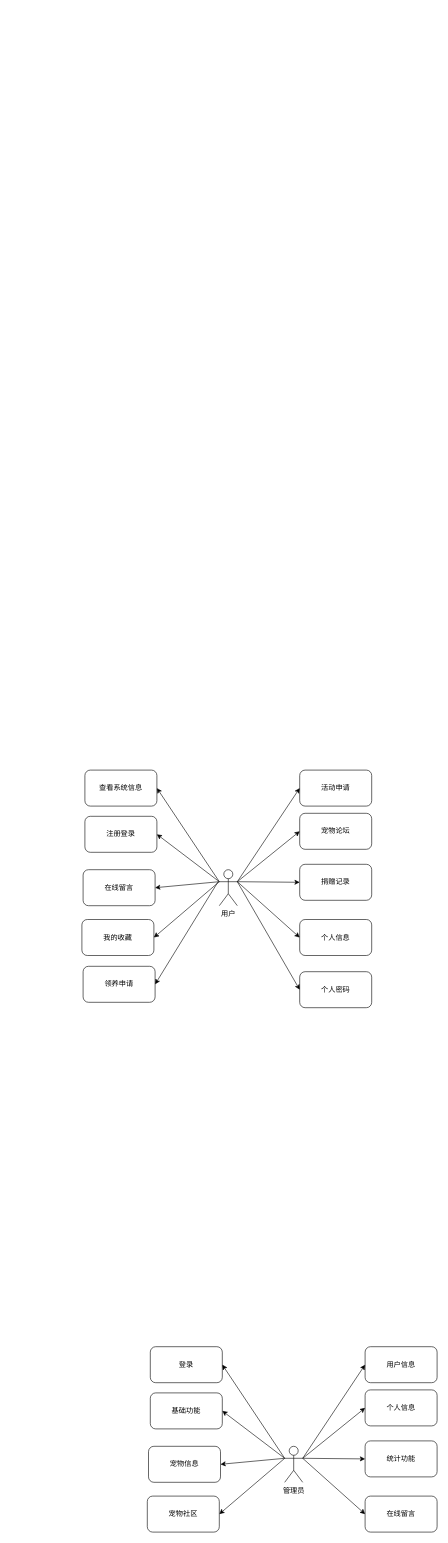
The draw.io diagram 未命名绘图.drawio in akpacaw/alpaca, before the edit. Source tidied: cells renumbered, new cells numbered last; positions are measured from the earlier drawing's top-left corner, leaving out a move shared by most shapes. Both pictures are drawn from the tidied source at 60%, with x=0, y=0 at pixel (82, 770).
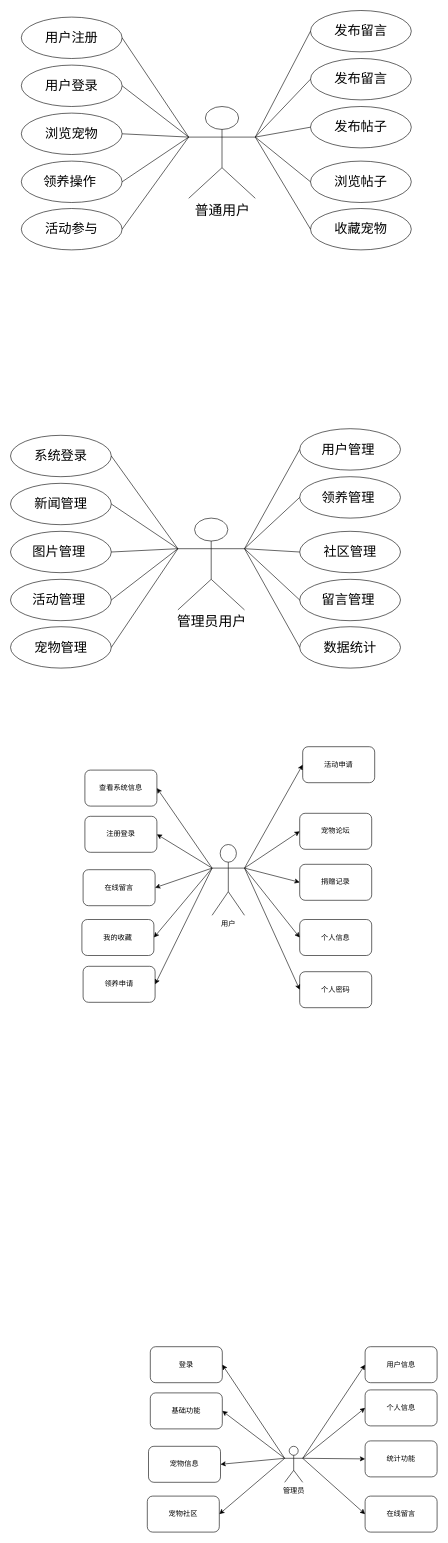
After the change.

The change refers to these unchanged cells:
```xml
<mxCell id="7" value="领养申请" style="rounded=1;whiteSpace=wrap;html=1;" parent="1" vertex="1">
  <mxGeometry x="2" y="327" width="120" height="60" as="geometry" />
</mxCell>
```

The edit, as a diff of the source:
```diff
@@
-    <mxCell id="2" value="用户" style="shape=umlActor;verticalLabelPosition=bottom;verticalAlign=top;html=1;outlineConnect=0;" parent="1" vertex="1">
-      <mxGeometry x="229" y="166" width="30" height="60" as="geometry" />
-    </mxCell>
@@
+    <mxCell id="8" value="活动申请" style="rounded=1;whiteSpace=wrap;html=1;direction=east;" parent="1" vertex="1">
+      <mxGeometry x="368" y="-39" width="120" height="60" as="geometry" />
+    </mxCell>
@@
-    <mxCell id="8" value="活动申请" style="rounded=1;whiteSpace=wrap;html=1;" parent="1" vertex="1">
-      <mxGeometry x="363" width="120" height="60" as="geometry" />
-    </mxCell>
@@
-    <mxCell id="17" style="endArrow=classic;html=1;rounded=0;entryX=1;entryY=0.5;entryDx=0;entryDy=0;" parent="1" edge="1" target="7">
-      <mxGeometry relative="1" as="geometry">
-        <mxPoint x="227" y="186" as="sourcePoint" />
-      </mxGeometry>
+    <mxCell id="17" style="endArrow=classic;html=1;rounded=0;entryX=1;entryY=0.5;entryDx=0;entryDy=0;exitX=0;exitY=0.3333333333333333;exitDx=0;exitDy=0;exitPerimeter=0;" parent="1" edge="1" source="2" target="7">
+      <mxGeometry relative="1" as="geometry" />
     </mxCell>
@@
+    <mxCell id="2" value="用户" style="shape=umlActor;verticalLabelPosition=bottom;verticalAlign=top;html=1;outlineConnect=0;" parent="1" vertex="1">
+      <mxGeometry x="217" y="124" width="54" height="118" as="geometry" />
+    </mxCell>
+    <mxCell id="40" value="&lt;font style=&quot;font-size: 22px;&quot;&gt;用户管理&amp;nbsp;&lt;/font&gt;" style="ellipse;whiteSpace=wrap;html=1;" parent="1" vertex="1">
+      <mxGeometry x="363" y="-569" width="168" height="69" as="geometry" />
+    </mxCell>
+    <mxCell id="41" value="&lt;font style=&quot;font-size: 23px;&quot;&gt;管理员用户&lt;/font&gt;" style="shape=umlActor;verticalLabelPosition=bottom;verticalAlign=top;html=1;outlineConnect=0;" parent="1" vertex="1">
+      <mxGeometry x="160" y="-420" width="111" height="153" as="geometry" />
+    </mxCell>
+    <mxCell id="42" style="endArrow=none;html=1;rounded=0;entryX=0;entryY=0.5;entryDx=0;entryDy=0;exitX=1;exitY=0.3333333333333333;exitDx=0;exitDy=0;exitPerimeter=0;" parent="1" edge="1" source="41" target="40">
+      <mxGeometry relative="1" as="geometry" />
+    </mxCell>
+    <mxCell id="43" value="&lt;font style=&quot;font-size: 22px;&quot;&gt;新闻管理&lt;/font&gt;" style="ellipse;whiteSpace=wrap;html=1;" parent="1" vertex="1">
+      <mxGeometry x="-119" y="-478" width="168" height="69" as="geometry" />
+    </mxCell>
+    <mxCell id="44" value="&lt;font style=&quot;font-size: 22px;&quot;&gt;图片管理&amp;nbsp;&lt;/font&gt;" style="ellipse;whiteSpace=wrap;html=1;" parent="1" vertex="1">
+      <mxGeometry x="-119" y="-398" width="168" height="69" as="geometry" />
+    </mxCell>
+    <mxCell id="45" value="&lt;font style=&quot;font-size: 22px;&quot;&gt;领养管理&amp;nbsp;&lt;/font&gt;" style="ellipse;whiteSpace=wrap;html=1;" parent="1" vertex="1">
+      <mxGeometry x="363" y="-489" width="168" height="69" as="geometry" />
+    </mxCell>
+    <mxCell id="46" value="&lt;font style=&quot;font-size: 22px;&quot;&gt;活动管理&amp;nbsp;&lt;/font&gt;" style="ellipse;whiteSpace=wrap;html=1;" parent="1" vertex="1">
+      <mxGeometry x="-119" y="-318" width="168" height="69" as="geometry" />
+    </mxCell>
+    <mxCell id="47" value="&lt;font style=&quot;font-size: 22px;&quot;&gt;宠物管理&lt;/font&gt;" style="ellipse;whiteSpace=wrap;html=1;" parent="1" vertex="1">
+      <mxGeometry x="-119" y="-239" width="168" height="69" as="geometry" />
+    </mxCell>
+    <mxCell id="48" value="&lt;font style=&quot;font-size: 22px;&quot;&gt;社区管理&lt;/font&gt;" style="ellipse;whiteSpace=wrap;html=1;" parent="1" vertex="1">
+      <mxGeometry x="363" y="-398" width="168" height="69" as="geometry" />
+    </mxCell>
+    <mxCell id="49" value="&lt;font style=&quot;font-size: 22px;&quot;&gt;留言管理&amp;nbsp;&lt;/font&gt;" style="ellipse;whiteSpace=wrap;html=1;" parent="1" vertex="1">
+      <mxGeometry x="363" y="-318" width="168" height="69" as="geometry" />
+    </mxCell>
+    <mxCell id="50" style="endArrow=none;html=1;rounded=0;entryX=0;entryY=0.5;entryDx=0;entryDy=0;exitX=1;exitY=0.3333333333333333;exitDx=0;exitDy=0;exitPerimeter=0;" parent="1" edge="1" source="41" target="45">
+      <mxGeometry relative="1" as="geometry" />
+    </mxCell>
+    <mxCell id="51" value="&lt;font style=&quot;font-size: 22px;&quot;&gt;数据统计&lt;/font&gt;" style="ellipse;whiteSpace=wrap;html=1;" parent="1" vertex="1">
+      <mxGeometry x="363" y="-239" width="168" height="69" as="geometry" />
+    </mxCell>
+    <mxCell id="52" value="&lt;font style=&quot;font-size: 22px;&quot;&gt;系统登录&lt;/font&gt;" style="ellipse;whiteSpace=wrap;html=1;" parent="1" vertex="1">
+      <mxGeometry x="-119" y="-558" width="168" height="69" as="geometry" />
+    </mxCell>
+    <mxCell id="53" style="endArrow=none;html=1;rounded=0;exitX=0;exitY=0.5;exitDx=0;exitDy=0;entryX=1;entryY=0.3333333333333333;entryDx=0;entryDy=0;entryPerimeter=0;" parent="1" edge="1" source="49" target="41">
+      <mxGeometry relative="1" as="geometry" />
+    </mxCell>
+    <mxCell id="54" style="endArrow=none;html=1;rounded=0;entryX=0;entryY=0.5;entryDx=0;entryDy=0;exitX=1;exitY=0.3333333333333333;exitDx=0;exitDy=0;exitPerimeter=0;" parent="1" edge="1" source="41" target="51">
+      <mxGeometry relative="1" as="geometry" />
+    </mxCell>
+    <mxCell id="55" style="endArrow=none;html=1;rounded=0;entryX=0;entryY=0.5;entryDx=0;entryDy=0;exitX=1;exitY=0.3333333333333333;exitDx=0;exitDy=0;exitPerimeter=0;" parent="1" edge="1" source="41" target="48">
+      <mxGeometry relative="1" as="geometry" />
+    </mxCell>
+    <mxCell id="56" style="endArrow=none;html=1;rounded=0;entryX=0;entryY=0.3333333333333333;entryDx=0;entryDy=0;entryPerimeter=0;exitX=1;exitY=0.5;exitDx=0;exitDy=0;" parent="1" edge="1" source="52" target="41">
+      <mxGeometry relative="1" as="geometry" />
+    </mxCell>
+    <mxCell id="57" style="endArrow=none;html=1;rounded=0;entryX=0;entryY=0.3333333333333333;entryDx=0;entryDy=0;entryPerimeter=0;exitX=1;exitY=0.5;exitDx=0;exitDy=0;" parent="1" edge="1" source="43" target="41">
+      <mxGeometry relative="1" as="geometry" />
+    </mxCell>
+    <mxCell id="58" style="endArrow=none;html=1;rounded=0;entryX=0;entryY=0.3333333333333333;entryDx=0;entryDy=0;entryPerimeter=0;exitX=1;exitY=0.5;exitDx=0;exitDy=0;" parent="1" edge="1" source="44" target="41">
+      <mxGeometry relative="1" as="geometry" />
+    </mxCell>
+    <mxCell id="59" style="endArrow=none;html=1;rounded=0;entryX=0;entryY=0.3333333333333333;entryDx=0;entryDy=0;entryPerimeter=0;exitX=1;exitY=0.5;exitDx=0;exitDy=0;" parent="1" edge="1" source="46" target="41">
+      <mxGeometry relative="1" as="geometry" />
+    </mxCell>
+    <mxCell id="60" style="endArrow=none;html=1;rounded=0;exitX=1;exitY=0.5;exitDx=0;exitDy=0;entryX=0;entryY=0.3333333333333333;entryDx=0;entryDy=0;entryPerimeter=0;" parent="1" edge="1" source="47" target="41">
+      <mxGeometry relative="1" as="geometry" />
+    </mxCell>
+    <mxCell id="61" value="&lt;font style=&quot;font-size: 22px;&quot;&gt;发布留言&lt;/font&gt;" style="ellipse;whiteSpace=wrap;html=1;" parent="1" vertex="1">
+      <mxGeometry x="381" y="-1266" width="168" height="69" as="geometry" />
+    </mxCell>
+    <mxCell id="62" value="&lt;font style=&quot;font-size: 23px;&quot;&gt;普通用户&lt;/font&gt;" style="shape=umlActor;verticalLabelPosition=bottom;verticalAlign=top;html=1;outlineConnect=0;" parent="1" vertex="1">
+      <mxGeometry x="178" y="-1106" width="111" height="153" as="geometry" />
+    </mxCell>
+    <mxCell id="63" style="endArrow=none;html=1;rounded=0;entryX=0;entryY=0.5;entryDx=0;entryDy=0;exitX=1;exitY=0.3333333333333333;exitDx=0;exitDy=0;exitPerimeter=0;" parent="1" edge="1" source="62" target="61">
+      <mxGeometry relative="1" as="geometry" />
+    </mxCell>
+    <mxCell id="64" value="&lt;font style=&quot;font-size: 22px;&quot;&gt;用户登录&lt;/font&gt;" style="ellipse;whiteSpace=wrap;html=1;" parent="1" vertex="1">
+      <mxGeometry x="-101" y="-1175" width="168" height="69" as="geometry" />
+    </mxCell>
+    <mxCell id="65" value="&lt;font style=&quot;font-size: 22px;&quot;&gt;浏览宠物&lt;/font&gt;" style="ellipse;whiteSpace=wrap;html=1;" parent="1" vertex="1">
+      <mxGeometry x="-101" y="-1095" width="168" height="69" as="geometry" />
+    </mxCell>
+    <mxCell id="66" value="&lt;font style=&quot;font-size: 22px;&quot;&gt;发布留言&lt;/font&gt;" style="ellipse;whiteSpace=wrap;html=1;" parent="1" vertex="1">
+      <mxGeometry x="381" y="-1186" width="168" height="69" as="geometry" />
+    </mxCell>
+    <mxCell id="67" value="&lt;font style=&quot;font-size: 22px;&quot;&gt;领养操作&amp;nbsp;&lt;/font&gt;" style="ellipse;whiteSpace=wrap;html=1;" parent="1" vertex="1">
+      <mxGeometry x="-101" y="-1015" width="168" height="69" as="geometry" />
+    </mxCell>
+    <mxCell id="68" value="&lt;font style=&quot;font-size: 22px;&quot;&gt;活动参与&lt;/font&gt;" style="ellipse;whiteSpace=wrap;html=1;" parent="1" vertex="1">
+      <mxGeometry x="-101" y="-936" width="168" height="69" as="geometry" />
+    </mxCell>
+    <mxCell id="69" value="&lt;font style=&quot;font-size: 22px;&quot;&gt;发布帖子&lt;/font&gt;" style="ellipse;whiteSpace=wrap;html=1;" parent="1" vertex="1">
+      <mxGeometry x="381" y="-1106" width="168" height="69" as="geometry" />
+    </mxCell>
+    <mxCell id="70" value="&lt;font style=&quot;font-size: 22px;&quot;&gt;浏览帖子&lt;/font&gt;" style="ellipse;whiteSpace=wrap;html=1;" parent="1" vertex="1">
+      <mxGeometry x="381" y="-1015" width="168" height="69" as="geometry" />
+    </mxCell>
+    <mxCell id="71" style="endArrow=none;html=1;rounded=0;entryX=0;entryY=0.5;entryDx=0;entryDy=0;exitX=1;exitY=0.3333333333333333;exitDx=0;exitDy=0;exitPerimeter=0;" parent="1" edge="1" source="62" target="66">
+      <mxGeometry relative="1" as="geometry" />
+    </mxCell>
+    <mxCell id="72" value="&lt;font style=&quot;font-size: 22px;&quot;&gt;收藏宠物&lt;/font&gt;" style="ellipse;whiteSpace=wrap;html=1;" parent="1" vertex="1">
+      <mxGeometry x="381" y="-936" width="168" height="69" as="geometry" />
+    </mxCell>
+    <mxCell id="73" value="&lt;font style=&quot;font-size: 22px;&quot;&gt;用户注册&lt;/font&gt;" style="ellipse;whiteSpace=wrap;html=1;" parent="1" vertex="1">
+      <mxGeometry x="-101" y="-1255" width="168" height="69" as="geometry" />
+    </mxCell>
+    <mxCell id="74" style="endArrow=none;html=1;rounded=0;exitX=0;exitY=0.5;exitDx=0;exitDy=0;entryX=1;entryY=0.3333333333333333;entryDx=0;entryDy=0;entryPerimeter=0;" parent="1" edge="1" source="70" target="62">
+      <mxGeometry relative="1" as="geometry" />
+    </mxCell>
+    <mxCell id="75" style="endArrow=none;html=1;rounded=0;entryX=0;entryY=0.5;entryDx=0;entryDy=0;exitX=1;exitY=0.3333333333333333;exitDx=0;exitDy=0;exitPerimeter=0;" parent="1" edge="1" source="62" target="72">
+      <mxGeometry relative="1" as="geometry" />
+    </mxCell>
+    <mxCell id="76" style="endArrow=none;html=1;rounded=0;entryX=0;entryY=0.5;entryDx=0;entryDy=0;exitX=1;exitY=0.3333333333333333;exitDx=0;exitDy=0;exitPerimeter=0;" parent="1" edge="1" source="62" target="69">
+      <mxGeometry relative="1" as="geometry" />
+    </mxCell>
+    <mxCell id="77" style="endArrow=none;html=1;rounded=0;entryX=0;entryY=0.3333333333333333;entryDx=0;entryDy=0;entryPerimeter=0;exitX=1;exitY=0.5;exitDx=0;exitDy=0;" parent="1" edge="1" source="73" target="62">
+      <mxGeometry relative="1" as="geometry" />
+    </mxCell>
+    <mxCell id="78" style="endArrow=none;html=1;rounded=0;entryX=0;entryY=0.3333333333333333;entryDx=0;entryDy=0;entryPerimeter=0;exitX=1;exitY=0.5;exitDx=0;exitDy=0;" parent="1" edge="1" source="64" target="62">
+      <mxGeometry relative="1" as="geometry" />
+    </mxCell>
+    <mxCell id="79" style="endArrow=none;html=1;rounded=0;entryX=0;entryY=0.3333333333333333;entryDx=0;entryDy=0;entryPerimeter=0;exitX=1;exitY=0.5;exitDx=0;exitDy=0;" parent="1" edge="1" source="65" target="62">
+      <mxGeometry relative="1" as="geometry" />
+    </mxCell>
+    <mxCell id="80" style="endArrow=none;html=1;rounded=0;entryX=0;entryY=0.3333333333333333;entryDx=0;entryDy=0;entryPerimeter=0;exitX=1;exitY=0.5;exitDx=0;exitDy=0;" parent="1" edge="1" source="67" target="62">
+      <mxGeometry relative="1" as="geometry" />
+    </mxCell>
+    <mxCell id="81" style="endArrow=none;html=1;rounded=0;exitX=1;exitY=0.5;exitDx=0;exitDy=0;entryX=0;entryY=0.3333333333333333;entryDx=0;entryDy=0;entryPerimeter=0;" parent="1" edge="1" source="68" target="62">
+      <mxGeometry relative="1" as="geometry" />
+    </mxCell>
```
